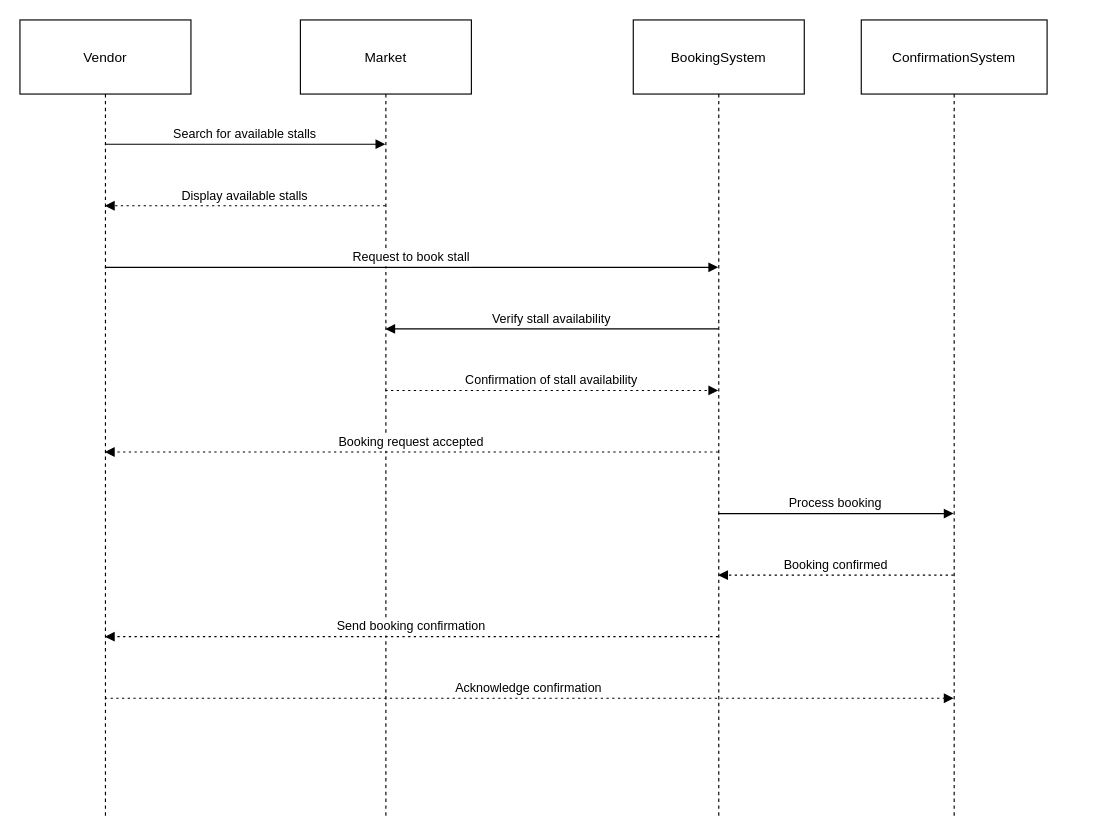
Above: sequencediagram.drawio in osasuyiuhunmwagho/Hinton-Hotel-Sequence-Diagram (draw.io), before the change. Source tidied: cells renumbered, new cells numbered last; positions are measured from the earlier drawing's top-left corner, leaving out a move shared by most shapes. Both pictures are drawn from the tidied source at 114%, with x=0, y=0 at pixel (19, 19).
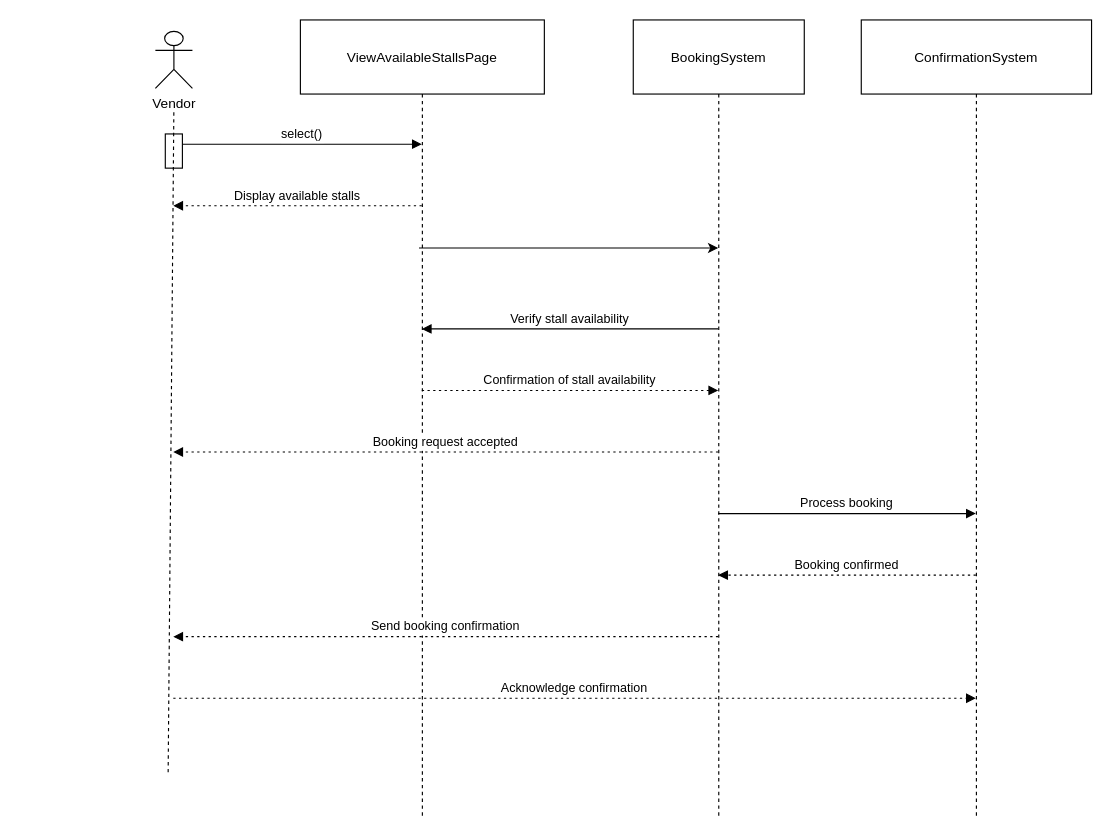
The same page after the edit.

The change refers to these unchanged cells:
```xml
<mxCell id="4" value="BookingSystem" style="shape=umlLifeline;perimeter=lifelinePerimeter;whiteSpace=wrap;outlineConnect=0;portConstraint=eastwest;newEdgeStyle={&quot;edgeStyle&quot;:&quot;elbowEdgeStyle&quot;,&quot;elbow&quot;:&quot;vertical&quot;,&quot;curved&quot;:0,&quot;rounded&quot;:0};size=65;" parent="1" vertex="1">
  <mxGeometry x="538" width="150" height="700" as="geometry" />
</mxCell>
```

What changed in the source:
```diff
@@
-    <mxCell id="2" value="Vendor" style="shape=umlLifeline;perimeter=lifelinePerimeter;whiteSpace=wrap;outlineConnect=0;portConstraint=eastwest;newEdgeStyle={&quot;edgeStyle&quot;:&quot;elbowEdgeStyle&quot;,&quot;elbow&quot;:&quot;vertical&quot;,&quot;curved&quot;:0,&quot;rounded&quot;:0};size=65;" parent="1" vertex="1">
-      <mxGeometry width="150" height="700" as="geometry" />
-    </mxCell>
-    <mxCell id="3" value="Market" style="shape=umlLifeline;perimeter=lifelinePerimeter;whiteSpace=wrap;outlineConnect=0;portConstraint=eastwest;newEdgeStyle={&quot;edgeStyle&quot;:&quot;elbowEdgeStyle&quot;,&quot;elbow&quot;:&quot;vertical&quot;,&quot;curved&quot;:0,&quot;rounded&quot;:0};size=65;" parent="1" vertex="1">
-      <mxGeometry x="246" width="150" height="700" as="geometry" />
+    <mxCell id="3" value="ViewAvailableStallsPage" style="shape=umlLifeline;perimeter=lifelinePerimeter;whiteSpace=wrap;outlineConnect=0;portConstraint=eastwest;newEdgeStyle={&quot;edgeStyle&quot;:&quot;elbowEdgeStyle&quot;,&quot;elbow&quot;:&quot;vertical&quot;,&quot;curved&quot;:0,&quot;rounded&quot;:0};size=65;" parent="1" vertex="1">
+      <mxGeometry x="246" width="214" height="700" as="geometry" />
     </mxCell>
@@
     <mxCell id="5" value="ConfirmationSystem" style="shape=umlLifeline;perimeter=lifelinePerimeter;whiteSpace=wrap;outlineConnect=0;portConstraint=eastwest;newEdgeStyle={&quot;edgeStyle&quot;:&quot;elbowEdgeStyle&quot;,&quot;elbow&quot;:&quot;vertical&quot;,&quot;curved&quot;:0,&quot;rounded&quot;:0};size=65;" parent="1" vertex="1">
-      <mxGeometry x="738" width="163" height="700" as="geometry" />
+      <mxGeometry x="738" width="202" height="700" as="geometry" />
     </mxCell>
-    <mxCell id="6" value="Search for available stalls" style="verticalAlign=bottom;edgeStyle=elbowEdgeStyle;elbow=vertical;curved=0;rounded=0;endArrow=block;" parent="1" edge="1" source="2" target="3">
+    <mxCell id="6" value="select()" style="verticalAlign=bottom;edgeStyle=elbowEdgeStyle;elbow=vertical;curved=0;rounded=0;endArrow=block;" parent="1" edge="1" source="17" target="3">
       <mxGeometry relative="1" as="geometry">
         <Array as="points">
           <mxPoint x="207" y="109" />
         </Array>
       </mxGeometry>
     </mxCell>
-    <mxCell id="7" value="Display available stalls" style="verticalAlign=bottom;edgeStyle=elbowEdgeStyle;elbow=vertical;curved=0;rounded=0;dashed=1;dashPattern=2 3;endArrow=block;" parent="1" edge="1" source="3" target="2">
+    <mxCell id="7" value="Display available stalls" style="verticalAlign=bottom;edgeStyle=elbowEdgeStyle;elbow=vertical;curved=0;rounded=0;dashed=1;dashPattern=2 3;endArrow=block;" parent="1" edge="1" source="3">
       <mxGeometry relative="1" as="geometry">
+        <mxPoint x="134.5" y="163" as="targetPoint" />
         <Array as="points">
           <mxPoint x="210" y="163" />
         </Array>
       </mxGeometry>
     </mxCell>
-    <mxCell id="8" value="Request to book stall" style="verticalAlign=bottom;edgeStyle=elbowEdgeStyle;elbow=vertical;curved=0;rounded=0;endArrow=block;" parent="1" edge="1" source="2" target="4">
-      <mxGeometry relative="1" as="geometry">
-        <Array as="points">
-          <mxPoint x="353" y="217" />
-        </Array>
-      </mxGeometry>
-    </mxCell>
@@
-    <mxCell id="11" value="Booking request accepted" style="verticalAlign=bottom;edgeStyle=elbowEdgeStyle;elbow=vertical;curved=0;rounded=0;dashed=1;dashPattern=2 3;endArrow=block;" parent="1" edge="1" source="4" target="2">
+    <mxCell id="11" value="Booking request accepted" style="verticalAlign=bottom;edgeStyle=elbowEdgeStyle;elbow=vertical;curved=0;rounded=0;dashed=1;dashPattern=2 3;endArrow=block;" parent="1" edge="1" source="4">
       <mxGeometry relative="1" as="geometry">
+        <mxPoint x="134.5" y="379" as="targetPoint" />
         <Array as="points">
           <mxPoint x="356" y="379" />
         </Array>
       </mxGeometry>
     </mxCell>
@@
-    <mxCell id="14" value="Send booking confirmation" style="verticalAlign=bottom;edgeStyle=elbowEdgeStyle;elbow=vertical;curved=0;rounded=0;dashed=1;dashPattern=2 3;endArrow=block;" parent="1" edge="1" source="4" target="2">
+    <mxCell id="14" value="Send booking confirmation" style="verticalAlign=bottom;edgeStyle=elbowEdgeStyle;elbow=vertical;curved=0;rounded=0;dashed=1;dashPattern=2 3;endArrow=block;" parent="1" edge="1" source="4">
       <mxGeometry relative="1" as="geometry">
+        <mxPoint x="134.5" y="541" as="targetPoint" />
         <Array as="points">
           <mxPoint x="356" y="541" />
         </Array>
       </mxGeometry>
     </mxCell>
-    <mxCell id="15" value="Acknowledge confirmation" style="verticalAlign=bottom;edgeStyle=elbowEdgeStyle;elbow=vertical;curved=0;rounded=0;dashed=1;dashPattern=2 3;endArrow=block;" parent="1" edge="1" source="2" target="5">
+    <mxCell id="15" value="Acknowledge confirmation" style="verticalAlign=bottom;edgeStyle=elbowEdgeStyle;elbow=vertical;curved=0;rounded=0;dashed=1;dashPattern=2 3;endArrow=block;" parent="1" edge="1" target="5">
       <mxGeometry relative="1" as="geometry">
+        <mxPoint x="134.5" y="595" as="sourcePoint" />
         <Array as="points">
           <mxPoint x="456" y="595" />
         </Array>
       </mxGeometry>
     </mxCell>
+    <mxCell id="16" style="verticalAlign=bottom;edgeStyle=elbowEdgeStyle;elbow=vertical;curved=0;rounded=0;endArrow=block;" parent="1" edge="1" target="17">
+      <mxGeometry relative="1" as="geometry">
+        <mxPoint x="134.5" y="115" as="sourcePoint" />
+      </mxGeometry>
+    </mxCell>
+    <mxCell id="17" style="rounded=0;whiteSpace=wrap;html=1;" parent="1" vertex="1">
+      <mxGeometry x="127.5" y="100" width="15" height="30" as="geometry" />
+    </mxCell>
+    <mxCell id="2" value="Vendor" style="shape=umlActor;verticalLabelPosition=bottom;verticalAlign=top;html=1;outlineConnect=0;" parent="1" vertex="1">
+      <mxGeometry x="118.8" y="10" width="32.5" height="50" as="geometry" />
+    </mxCell>
+    <mxCell id="18" style="endArrow=none;dashed=1;html=1;rounded=0;" parent="1" edge="1">
+      <mxGeometry relative="1" as="geometry">
+        <mxPoint x="130" y="660" as="sourcePoint" />
+        <mxPoint x="135" y="80" as="targetPoint" />
+      </mxGeometry>
+    </mxCell>
+    <mxCell id="19" style="endArrow=classic;html=1;rounded=0;" parent="1" edge="1" target="4">
+      <mxGeometry relative="1" as="geometry">
+        <mxPoint x="350" y="200" as="sourcePoint" />
+      </mxGeometry>
+    </mxCell>
```
